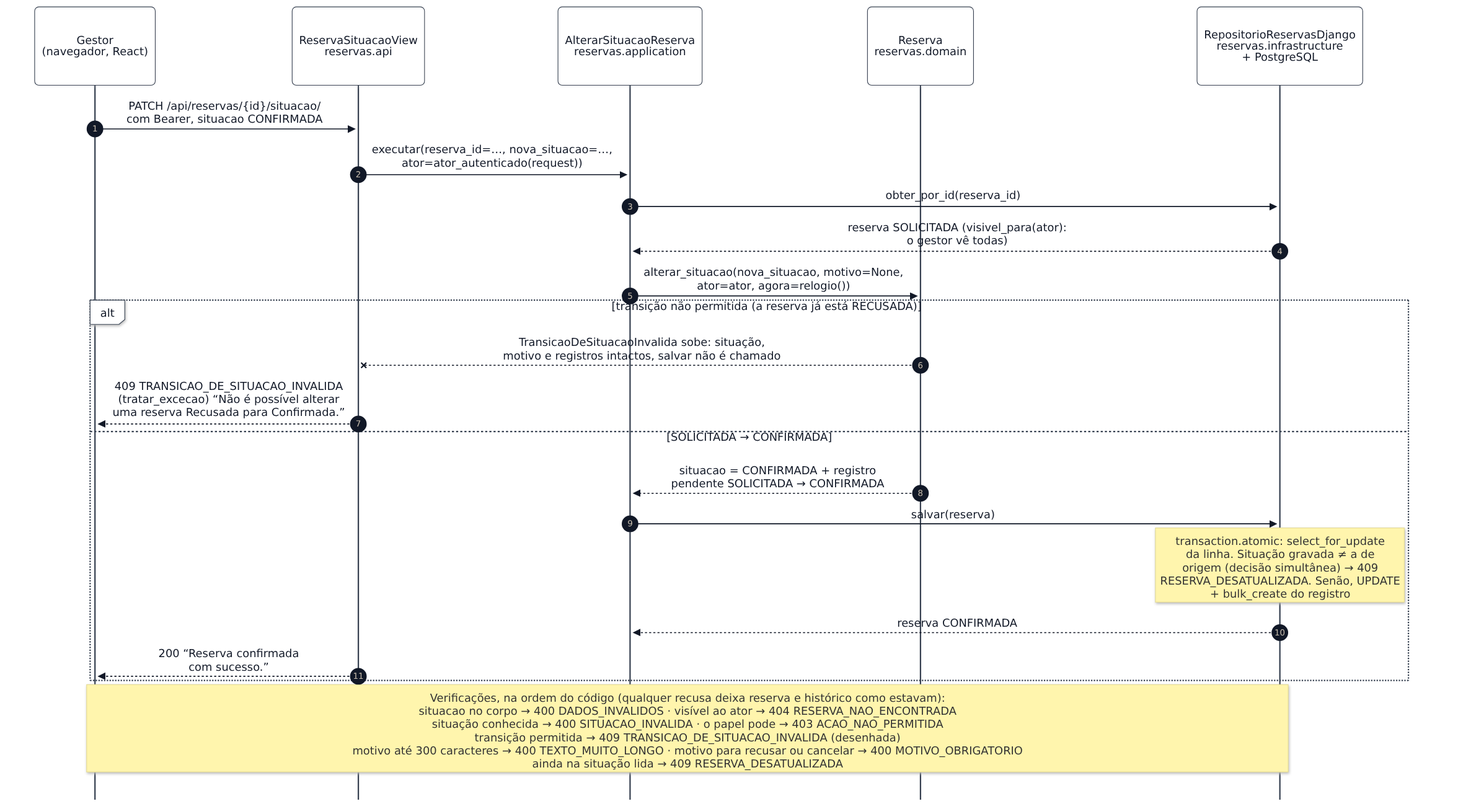
The Mermaid diagram docs/fontes/modelagem/confirmar-reserva.png in maxzdosreis/PP_Grupo03_ConectaCampus, before a commit. Its source is kept beside it as docs/fontes/modelagem/confirmar-reserva.mmd. Source of this version:
```mermaid
%%{init: {"sequence": {"mirrorActors": false, "actorMargin": 24, "messageMargin": 22, "boxMargin": 6, "noteMargin": 6}}}%%
sequenceDiagram
  autonumber
  participant NAV as Gestor<br/>(navegador, React)
  participant VIEW as ReservaSituacaoView<br/>reservas.api
  participant CASO as AlterarSituacaoReserva<br/>reservas.application
  participant RES as Reserva<br/>reservas.domain
  participant REPO as RepositorioReservasDjango<br/>reservas.infrastructure<br/>+ PostgreSQL

  NAV->>VIEW: PATCH /api/reservas/{id}/situacao/<br/>com Bearer, situacao CONFIRMADA
  VIEW->>CASO: executar(reserva_id=…, nova_situacao=…,<br/>ator=ator_autenticado(request))
  CASO->>REPO: obter_por_id(reserva_id)
  REPO-->>CASO: reserva SOLICITADA (visivel_para(ator):<br/>o gestor vê todas)
  CASO->>RES: alterar_situacao(nova_situacao, motivo=None,<br/>ator=ator, agora=relogio())
  alt transição não permitida (a reserva já está RECUSADA)
    RES--xVIEW: TransicaoDeSituacaoInvalida sobe: situação,<br/>motivo e registros intactos, salvar não é chamado
    VIEW-->>NAV: 409 TRANSICAO_DE_SITUACAO_INVALIDA<br/>(tratar_excecao) “Não é possível alterar<br/>uma reserva Recusada para Confirmada.”
  else SOLICITADA → CONFIRMADA
    RES-->>CASO: situacao = CONFIRMADA + registro<br/>pendente SOLICITADA → CONFIRMADA
    CASO->>REPO: salvar(reserva)
    Note over REPO: transaction.atomic: select_for_update<br/>da linha. Situação gravada ≠ a de<br/>origem (decisão simultânea) → 409<br/>RESERVA_DESATUALIZADA. Senão, UPDATE<br/>+ bulk_create do registro
    REPO-->>CASO: reserva CONFIRMADA
    VIEW-->>NAV: 200 “Reserva confirmada<br/>com sucesso.”
  end
  Note over NAV,REPO: Verificações, na ordem do código (qualquer recusa deixa reserva e histórico como estavam):<br/>situacao no corpo → 400 DADOS_INVALIDOS · visível ao ator → 404 RESERVA_NAO_ENCONTRADA<br/>situação conhecida → 400 SITUACAO_INVALIDA · o papel pode → 403 ACAO_NAO_PERMITIDA<br/>transição permitida → 409 TRANSICAO_DE_SITUACAO_INVALIDA (desenhada)<br/>motivo até 300 caracteres → 400 TEXTO_MUITO_LONGO · motivo para recusar ou cancelar → 400 MOTIVO_OBRIGATORIO<br/>ainda na situação lida → 409 RESERVA_DESATUALIZADA
```
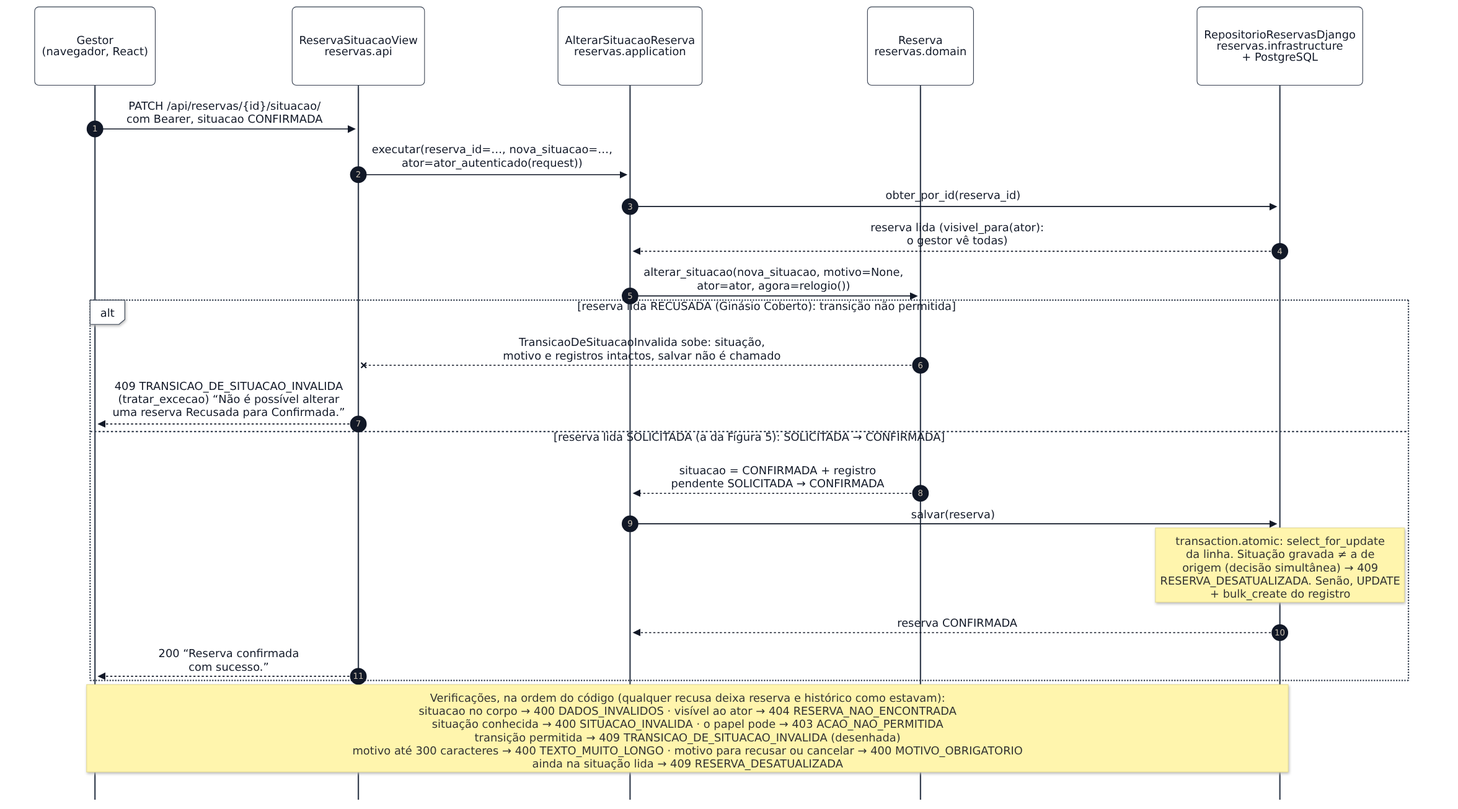
The same file after the commit.

What changed in the source:
```diff
@@ -10,12 +10,12 @@
   NAV->>VIEW: PATCH /api/reservas/{id}/situacao/<br/>com Bearer, situacao CONFIRMADA
   VIEW->>CASO: executar(reserva_id=…, nova_situacao=…,<br/>ator=ator_autenticado(request))
   CASO->>REPO: obter_por_id(reserva_id)
-  REPO-->>CASO: reserva SOLICITADA (visivel_para(ator):<br/>o gestor vê todas)
+  REPO-->>CASO: reserva lida (visivel_para(ator):<br/>o gestor vê todas)
   CASO->>RES: alterar_situacao(nova_situacao, motivo=None,<br/>ator=ator, agora=relogio())
-  alt transição não permitida (a reserva já está RECUSADA)
+  alt reserva lida RECUSADA (Ginásio Coberto): transição não permitida
     RES--xVIEW: TransicaoDeSituacaoInvalida sobe: situação,<br/>motivo e registros intactos, salvar não é chamado
     VIEW-->>NAV: 409 TRANSICAO_DE_SITUACAO_INVALIDA<br/>(tratar_excecao) “Não é possível alterar<br/>uma reserva Recusada para Confirmada.”
-  else SOLICITADA → CONFIRMADA
+  else reserva lida SOLICITADA (a da Figura 5): SOLICITADA → CONFIRMADA
     RES-->>CASO: situacao = CONFIRMADA + registro<br/>pendente SOLICITADA → CONFIRMADA
     CASO->>REPO: salvar(reserva)
     Note over REPO: transaction.atomic: select_for_update<br/>da linha. Situação gravada ≠ a de<br/>origem (decisão simultânea) → 409<br/>RESERVA_DESATUALIZADA. Senão, UPDATE<br/>+ bulk_create do registro
```
